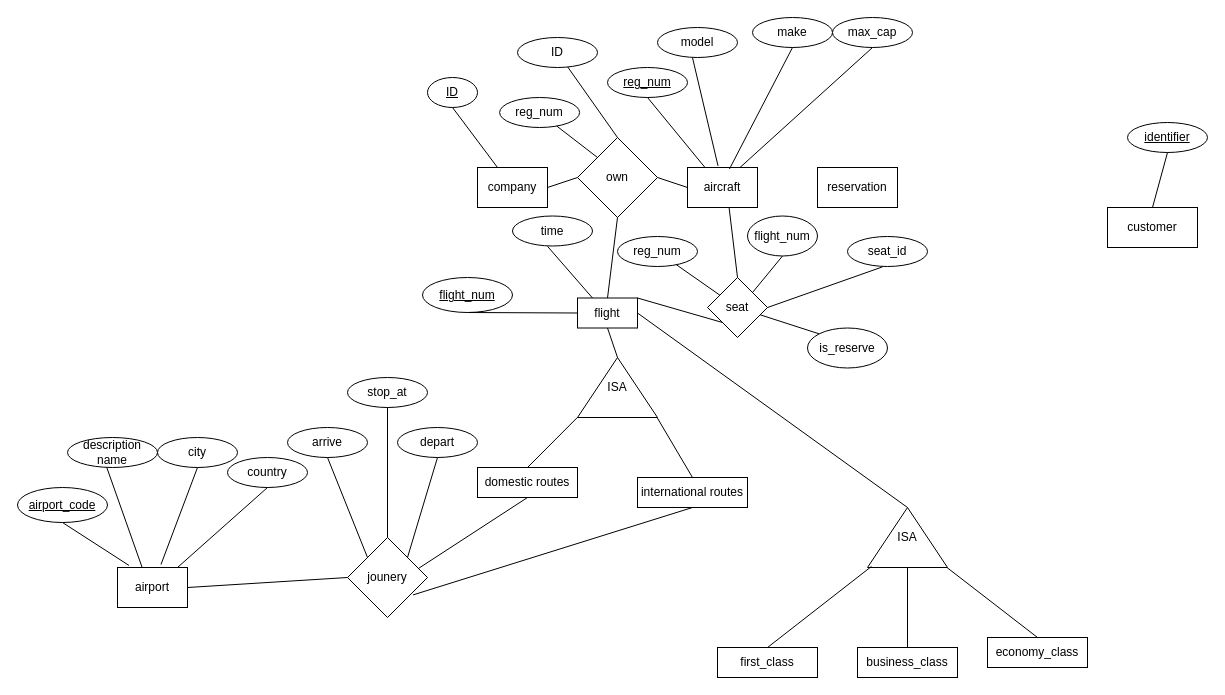
This is hw2_part5A.drawio from jamessu1201/Database_System, a draw.io file, before an edit. Source tidied: cells renumbered, new cells numbered last; positions are measured from the earlier drawing's top-left corner, leaving out a move shared by most shapes. Both pictures are drawn from the tidied source at 100%, with x=0, y=0 at pixel (17, 17).
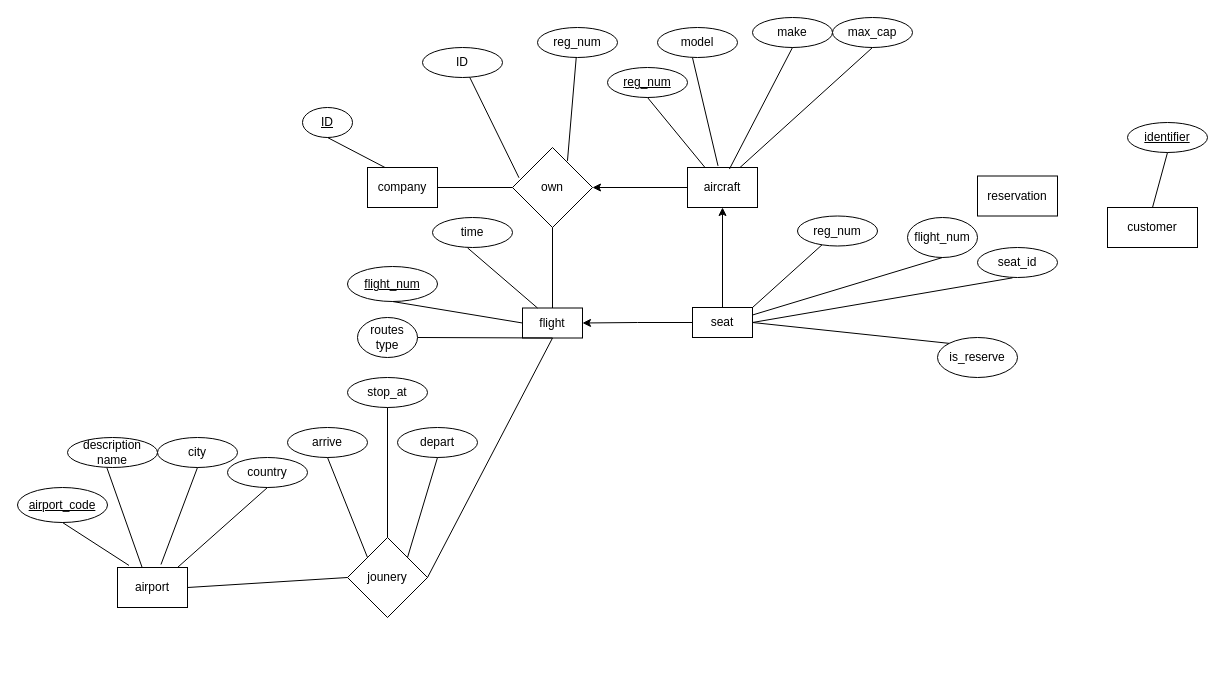
Above is the later version.

The change refers to these unchanged cells:
```xml
<mxCell id="8" value="aircraft" style="rounded=0;whiteSpace=wrap;html=1;" parent="1" vertex="1">
  <mxGeometry x="670" y="150" width="70" height="40" as="geometry" />
</mxCell>
<mxCell id="36" value="jounery" style="rhombus;whiteSpace=wrap;html=1;" parent="1" vertex="1">
  <mxGeometry x="330" y="520" width="80" height="80" as="geometry" />
</mxCell>
```

What changed in the source:
```diff
@@
     <mxCell id="2" value="company" style="rounded=0;whiteSpace=wrap;html=1;" parent="1" vertex="1">
-      <mxGeometry x="460" y="150" width="70" height="40" as="geometry" />
+      <mxGeometry x="350" y="150" width="70" height="40" as="geometry" />
     </mxCell>
     <mxCell id="3" value="&lt;u&gt;ID&lt;/u&gt;" style="ellipse;whiteSpace=wrap;html=1;" parent="1" vertex="1">
-      <mxGeometry x="410" y="60" width="50" height="30" as="geometry" />
+      <mxGeometry x="285" y="90" width="50" height="30" as="geometry" />
     </mxCell>
-    <mxCell id="4" style="endArrow=none;html=1;rounded=0;entryX=0.5;entryY=1;entryDx=0;entryDy=0;" parent="1" edge="1" target="3">
-      <mxGeometry relative="1" as="geometry">
-        <mxPoint x="480" y="150" as="sourcePoint" />
-      </mxGeometry>
+    <mxCell id="4" style="endArrow=none;html=1;rounded=0;entryX=0.5;entryY=1;entryDx=0;entryDy=0;exitX=0.25;exitY=0;exitDx=0;exitDy=0;" parent="1" edge="1" source="2" target="3">
+      <mxGeometry relative="1" as="geometry" />
     </mxCell>
@@
     <mxCell id="6" value="own" style="rhombus;whiteSpace=wrap;html=1;" parent="1" vertex="1">
-      <mxGeometry x="560" y="120" width="80" height="80" as="geometry" />
+      <mxGeometry x="495" y="130" width="80" height="80" as="geometry" />
     </mxCell>
-    <mxCell id="7" style="endArrow=none;html=1;rounded=0;entryX=1;entryY=0.5;entryDx=0;entryDy=0;exitX=0;exitY=0.5;exitDx=0;exitDy=0;" parent="1" edge="1" source="8" target="6">
+    <mxCell id="7" style="edgeStyle=orthogonalEdgeStyle;rounded=0;jettySize=auto;html=1;" parent="1" edge="1" source="8" target="6">
       <mxGeometry relative="1" as="geometry" />
     </mxCell>
@@
     <mxCell id="18" value="flight" style="rounded=0;whiteSpace=wrap;html=1;" parent="1" vertex="1">
-      <mxGeometry x="560" y="280.5" width="60" height="30" as="geometry" />
+      <mxGeometry x="505" y="290.5" width="60" height="30" as="geometry" />
     </mxCell>
-    <mxCell id="19" value="ISA" style="triangle;whiteSpace=wrap;html=1;flipV=1;flipH=1;direction=south;" parent="1" vertex="1">
-      <mxGeometry x="560" y="340" width="80" height="60" as="geometry" />
-    </mxCell>
-    <mxCell id="20" style="endArrow=none;html=1;rounded=0;entryX=0.5;entryY=1;entryDx=0;entryDy=0;exitX=0;exitY=0.5;exitDx=0;exitDy=0;" parent="1" edge="1" source="19" target="18">
+    <mxCell id="20" style="endArrow=none;html=1;rounded=0;entryX=0.5;entryY=1;entryDx=0;entryDy=0;exitX=1;exitY=0.5;exitDx=0;exitDy=0;" parent="1" edge="1" source="75" target="18">
       <mxGeometry relative="1" as="geometry" />
     </mxCell>
-    <mxCell id="21" style="endArrow=none;html=1;rounded=0;exitX=0.5;exitY=0;exitDx=0;exitDy=0;entryX=0.004;entryY=0.001;entryDx=0;entryDy=0;entryPerimeter=0;" parent="1" edge="1" source="23" target="19">
-      <mxGeometry relative="1" as="geometry" />
-    </mxCell>
-    <mxCell id="22" style="endArrow=none;html=1;rounded=0;entryX=-0.003;entryY=0.996;entryDx=0;entryDy=0;entryPerimeter=0;exitX=0.5;exitY=0;exitDx=0;exitDy=0;" parent="1" edge="1" source="24" target="19">
-      <mxGeometry relative="1" as="geometry" />
-    </mxCell>
-    <mxCell id="23" value=" domestic&amp;nbsp;routes" style="rounded=0;whiteSpace=wrap;html=1;" parent="1" vertex="1">
-      <mxGeometry x="460" y="450" width="100" height="30" as="geometry" />
-    </mxCell>
-    <mxCell id="24" value="international routes" style="rounded=0;whiteSpace=wrap;html=1;" parent="1" vertex="1">
-      <mxGeometry x="620" y="460" width="110" height="30" as="geometry" />
-    </mxCell>
@@
     <mxCell id="26" value="&lt;u&gt;flight_num&lt;/u&gt;" style="ellipse;whiteSpace=wrap;html=1;" parent="1" vertex="1">
-      <mxGeometry x="405" y="260" width="90" height="35" as="geometry" />
+      <mxGeometry x="330" y="249" width="90" height="35" as="geometry" />
     </mxCell>
@@
-    <mxCell id="42" style="endArrow=none;html=1;rounded=0;entryX=0.5;entryY=1;entryDx=0;entryDy=0;exitX=0.895;exitY=0.382;exitDx=0;exitDy=0;exitPerimeter=0;" parent="1" edge="1" source="36" target="23">
-      <mxGeometry relative="1" as="geometry" />
-    </mxCell>
-    <mxCell id="43" style="endArrow=none;html=1;rounded=0;entryX=0.5;entryY=1;entryDx=0;entryDy=0;exitX=0.818;exitY=0.718;exitDx=0;exitDy=0;exitPerimeter=0;" parent="1" edge="1" source="36" target="24">
+    <mxCell id="43" style="endArrow=none;html=1;rounded=0;entryX=0.5;entryY=1;entryDx=0;entryDy=0;exitX=1;exitY=0.5;exitDx=0;exitDy=0;" parent="1" edge="1" source="36" target="18">
       <mxGeometry relative="1" as="geometry" />
     </mxCell>
@@
-    <mxCell id="46" style="endArrow=none;html=1;rounded=0;entryX=1;entryY=0.5;entryDx=0;entryDy=0;exitX=0;exitY=0.5;exitDx=0;exitDy=0;" parent="1" edge="1" source="47" target="18">
-      <mxGeometry relative="1" as="geometry" />
-    </mxCell>
-    <mxCell id="47" value="ISA" style="triangle;whiteSpace=wrap;html=1;flipV=1;flipH=1;direction=south;" parent="1" vertex="1">
-      <mxGeometry x="850" y="490" width="80" height="60" as="geometry" />
-    </mxCell>
-    <mxCell id="48" style="endArrow=none;html=1;rounded=0;entryX=0.017;entryY=0.049;entryDx=0;entryDy=0;entryPerimeter=0;exitX=0.5;exitY=0;exitDx=0;exitDy=0;" parent="1" edge="1" source="51" target="47">
-      <mxGeometry relative="1" as="geometry" />
-    </mxCell>
-    <mxCell id="49" style="endArrow=none;html=1;rounded=0;entryX=-0.003;entryY=0.996;entryDx=0;entryDy=0;entryPerimeter=0;exitX=0.5;exitY=0;exitDx=0;exitDy=0;" parent="1" edge="1" source="53" target="47">
-      <mxGeometry relative="1" as="geometry" />
-    </mxCell>
-    <mxCell id="50" style="endArrow=none;html=1;rounded=0;entryX=1;entryY=0.5;entryDx=0;entryDy=0;exitX=0.5;exitY=0;exitDx=0;exitDy=0;" parent="1" edge="1" source="52" target="47">
-      <mxGeometry relative="1" as="geometry" />
-    </mxCell>
-    <mxCell id="51" value=" first_class" style="rounded=0;whiteSpace=wrap;html=1;" parent="1" vertex="1">
-      <mxGeometry x="700" y="630" width="100" height="30" as="geometry" />
-    </mxCell>
-    <mxCell id="52" value=" business_class" style="rounded=0;whiteSpace=wrap;html=1;" parent="1" vertex="1">
-      <mxGeometry x="840" y="630" width="100" height="30" as="geometry" />
-    </mxCell>
-    <mxCell id="53" value="economy_class" style="rounded=0;whiteSpace=wrap;html=1;" parent="1" vertex="1">
-      <mxGeometry x="970" y="620" width="100" height="30" as="geometry" />
-    </mxCell>
@@
     <mxCell id="57" value="reg_num" style="ellipse;whiteSpace=wrap;html=1;" parent="1" vertex="1">
-      <mxGeometry x="600" y="219" width="80" height="30" as="geometry" />
+      <mxGeometry x="780" y="198.5" width="80" height="30" as="geometry" />
     </mxCell>
-    <mxCell id="58" style="endArrow=none;html=1;rounded=0;" parent="1" edge="1" source="66" target="57">
+    <mxCell id="58" style="endArrow=none;html=1;rounded=0;exitX=1;exitY=0;exitDx=0;exitDy=0;" parent="1" edge="1" source="66" target="57">
       <mxGeometry relative="1" as="geometry" />
     </mxCell>
     <mxCell id="59" value="reservation" style="rounded=0;whiteSpace=wrap;html=1;" parent="1" vertex="1">
-      <mxGeometry x="800" y="150" width="80" height="40" as="geometry" />
+      <mxGeometry x="960" y="158.5" width="80" height="40" as="geometry" />
     </mxCell>
     <mxCell id="60" value="seat_id" style="ellipse;whiteSpace=wrap;html=1;" parent="1" vertex="1">
-      <mxGeometry x="830" y="219" width="80" height="30" as="geometry" />
+      <mxGeometry x="960" y="230" width="80" height="30" as="geometry" />
     </mxCell>
@@
     <mxCell id="62" value="is_reserve" style="ellipse;whiteSpace=wrap;html=1;" parent="1" vertex="1">
-      <mxGeometry x="790" y="310.5" width="80" height="40" as="geometry" />
+      <mxGeometry x="920" y="320" width="80" height="40" as="geometry" />
     </mxCell>
-    <mxCell id="63" style="endArrow=none;html=1;rounded=0;exitX=0;exitY=0;exitDx=0;exitDy=0;" parent="1" edge="1" source="62" target="66">
+    <mxCell id="63" style="endArrow=none;html=1;rounded=0;exitX=0;exitY=0;exitDx=0;exitDy=0;entryX=1;entryY=0.5;entryDx=0;entryDy=0;" parent="1" edge="1" source="62" target="66">
       <mxGeometry relative="1" as="geometry" />
     </mxCell>
     <mxCell id="64" value="time" style="ellipse;whiteSpace=wrap;html=1;" parent="1" vertex="1">
-      <mxGeometry x="495" y="198.5" width="80" height="30" as="geometry" />
+      <mxGeometry x="415" y="200" width="80" height="30" as="geometry" />
     </mxCell>
@@
-    <mxCell id="66" value="seat" style="rhombus;whiteSpace=wrap;html=1;" parent="1" vertex="1">
-      <mxGeometry x="690" y="260" width="60" height="60" as="geometry" />
-    </mxCell>
-    <mxCell id="67" style="endArrow=none;html=1;rounded=0;entryX=0;entryY=1;entryDx=0;entryDy=0;exitX=1;exitY=0;exitDx=0;exitDy=0;" parent="1" edge="1" source="18" target="66">
-      <mxGeometry relative="1" as="geometry" />
-    </mxCell>
     <mxCell id="68" value="flight_num" style="ellipse;whiteSpace=wrap;html=1;" parent="1" vertex="1">
-      <mxGeometry x="730" y="198.5" width="70" height="40" as="geometry" />
+      <mxGeometry x="890" y="200" width="70" height="40" as="geometry" />
     </mxCell>
-    <mxCell id="69" style="endArrow=none;html=1;rounded=0;entryX=0.595;entryY=1.013;entryDx=0;entryDy=0;entryPerimeter=0;exitX=0.5;exitY=0;exitDx=0;exitDy=0;" parent="1" edge="1" source="66" target="8">
-      <mxGeometry relative="1" as="geometry" />
-    </mxCell>
-    <mxCell id="70" style="endArrow=none;html=1;rounded=0;entryX=0.5;entryY=1;entryDx=0;entryDy=0;exitX=1;exitY=0;exitDx=0;exitDy=0;" parent="1" edge="1" source="66" target="68">
+    <mxCell id="70" style="endArrow=none;html=1;rounded=0;entryX=0.5;entryY=1;entryDx=0;entryDy=0;exitX=1;exitY=0.25;exitDx=0;exitDy=0;" parent="1" edge="1" source="66" target="68">
       <mxGeometry relative="1" as="geometry" />
     </mxCell>
     <mxCell id="71" value="reg_num" style="ellipse;whiteSpace=wrap;html=1;" parent="1" vertex="1">
-      <mxGeometry x="482.1" y="80" width="80" height="30" as="geometry" />
+      <mxGeometry x="520" y="10" width="80" height="30" as="geometry" />
     </mxCell>
-    <mxCell id="72" style="endArrow=none;html=1;rounded=0;exitX=0;exitY=0;exitDx=0;exitDy=0;" parent="1" edge="1" source="6" target="71">
+    <mxCell id="72" style="endArrow=none;html=1;rounded=0;exitX=0.687;exitY=0.167;exitDx=0;exitDy=0;exitPerimeter=0;" parent="1" edge="1" source="6" target="71">
       <mxGeometry relative="1" as="geometry" />
     </mxCell>
     <mxCell id="73" value="ID" style="ellipse;whiteSpace=wrap;html=1;" parent="1" vertex="1">
-      <mxGeometry x="500" y="20" width="80" height="30" as="geometry" />
+      <mxGeometry x="405" y="30" width="80" height="30" as="geometry" />
     </mxCell>
-    <mxCell id="74" style="endArrow=none;html=1;rounded=0;exitX=0.5;exitY=0;exitDx=0;exitDy=0;" parent="1" edge="1" source="6" target="73">
+    <mxCell id="74" style="endArrow=none;html=1;rounded=0;exitX=0.081;exitY=0.378;exitDx=0;exitDy=0;exitPerimeter=0;" parent="1" edge="1" source="6" target="73">
       <mxGeometry relative="1" as="geometry" />
     </mxCell>
+    <mxCell id="75" value="routes type" style="ellipse;whiteSpace=wrap;html=1;" parent="1" vertex="1">
+      <mxGeometry x="340" y="300" width="60" height="40" as="geometry" />
+    </mxCell>
+    <mxCell id="76" style="edgeStyle=orthogonalEdgeStyle;rounded=0;jettySize=auto;html=1;entryX=1;entryY=0.5;entryDx=0;entryDy=0;" parent="1" edge="1" source="66" target="18">
+      <mxGeometry relative="1" as="geometry" />
+    </mxCell>
+    <mxCell id="69" style="edgeStyle=orthogonalEdgeStyle;rounded=0;jettySize=auto;html=1;entryX=0.5;entryY=1;entryDx=0;entryDy=0;" parent="1" edge="1" source="66" target="8">
+      <mxGeometry relative="1" as="geometry" />
+    </mxCell>
+    <mxCell id="66" value="seat" style="rounded=0;whiteSpace=wrap;html=1;" parent="1" vertex="1">
+      <mxGeometry x="675" y="290" width="60" height="30" as="geometry" />
+    </mxCell>
```
